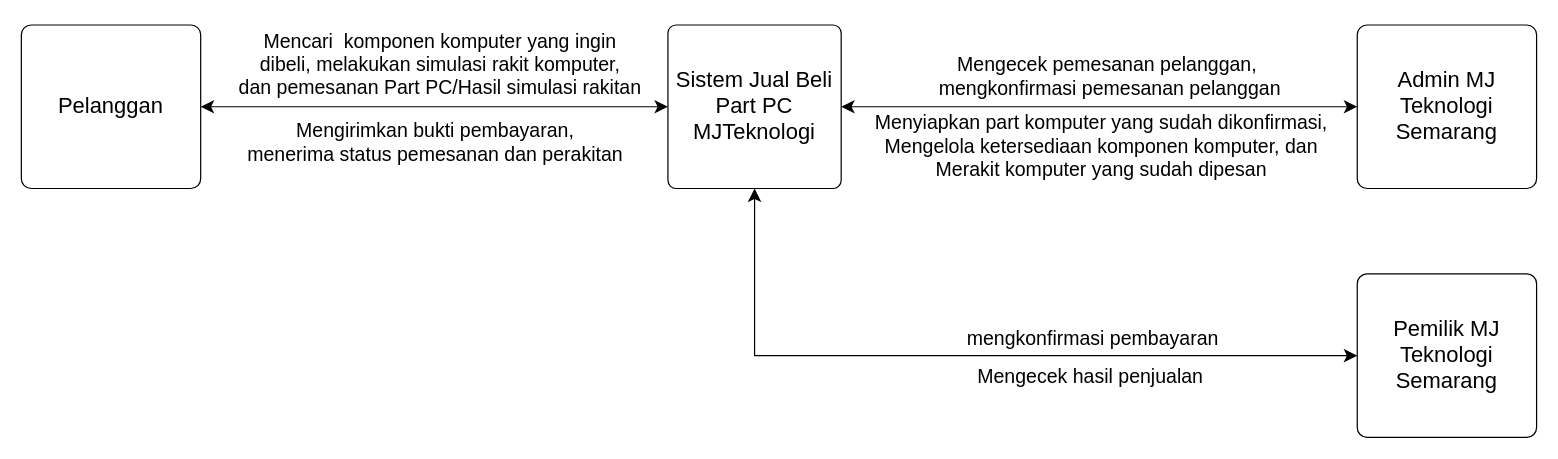
Before: mj teknologi.drawio in gelaws-hub/mjtek-site, a draw.io diagram. Source tidied: cells renumbered, new cells numbered last; positions are measured from the earlier drawing's top-left corner, leaving out a move shared by most shapes. Both pictures are drawn from the tidied source at 122%, with x=0, y=0 at pixel (21, 21).
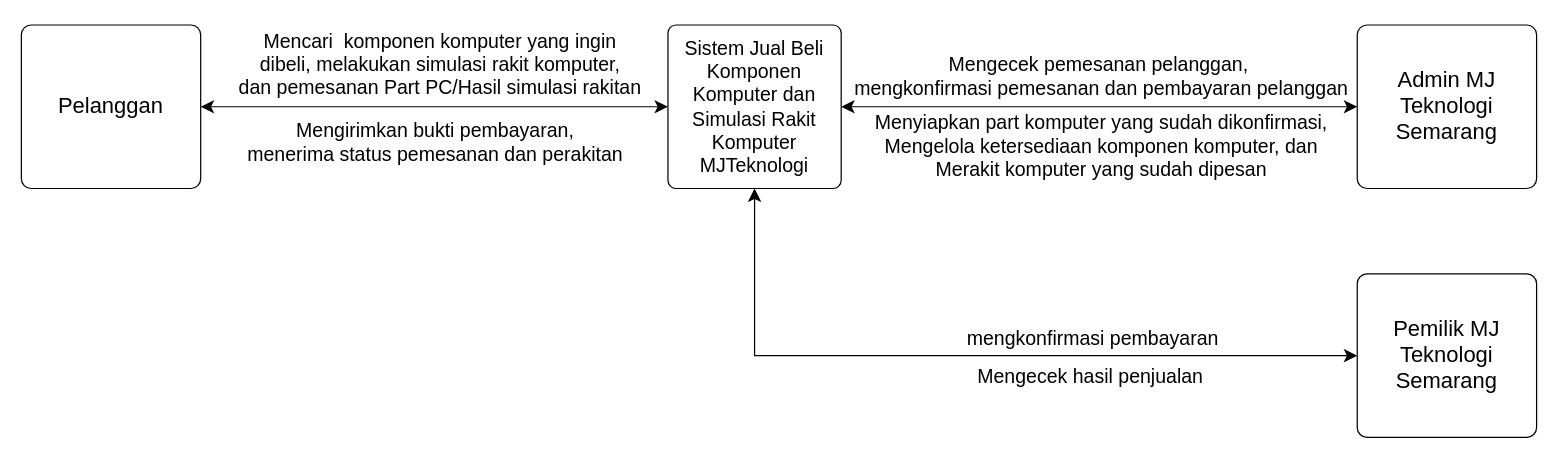
Above is the later version.

Change to the diagram source:
```diff
@@
 <mxGraphModel>
   <root>
     <mxCell id="0" />
     <mxCell id="1" parent="0" />
     <mxCell id="2" style="edgeStyle=none;curved=1;rounded=0;jettySize=auto;html=1;exitX=1;exitY=0.5;exitDx=0;exitDy=0;entryX=0;entryY=0.5;entryDx=0;entryDy=0;fontSize=12;startSize=8;endSize=8;startArrow=classic;startFill=1;" parent="1" edge="1" source="3" target="6">
       <mxGeometry relative="1" as="geometry" />
     </mxCell>
     <mxCell id="3" value="&lt;font style=&quot;font-size: 18px;&quot;&gt;Pelanggan&lt;/font&gt;" style="rounded=1;whiteSpace=wrap;html=1;arcSize=6;" parent="1" vertex="1">
       <mxGeometry y="3" width="147" height="134" as="geometry" />
     </mxCell>
     <mxCell id="4" style="edgeStyle=none;curved=1;rounded=0;jettySize=auto;html=1;exitX=1;exitY=0.5;exitDx=0;exitDy=0;entryX=0;entryY=0.5;entryDx=0;entryDy=0;fontSize=12;startSize=8;endSize=8;startArrow=classic;startFill=1;" parent="1" edge="1" source="6" target="9">
       <mxGeometry relative="1" as="geometry" />
     </mxCell>
     <mxCell id="5" style="edgeStyle=orthogonalEdgeStyle;rounded=0;jettySize=auto;html=1;exitX=0.5;exitY=1;exitDx=0;exitDy=0;entryX=0;entryY=0.5;entryDx=0;entryDy=0;fontSize=12;startSize=8;endSize=8;startArrow=classic;startFill=1;" parent="1" edge="1" source="6" target="12">
       <mxGeometry relative="1" as="geometry" />
     </mxCell>
-    <mxCell id="6" value="&lt;font style=&quot;font-size: 18px;&quot;&gt;Sistem Jual Beli Part PC MJTeknologi&lt;/font&gt;" style="rounded=1;whiteSpace=wrap;html=1;arcSize=5;" parent="1" vertex="1">
+    <mxCell id="6" value="&lt;font style=&quot;font-size: 16px;&quot;&gt;Sistem Jual Beli Komponen Komputer dan Simulasi Rakit Komputer MJTeknologi&lt;/font&gt;" style="rounded=1;whiteSpace=wrap;html=1;arcSize=5;" parent="1" vertex="1">
       <mxGeometry x="530" y="3" width="142" height="134" as="geometry" />
     </mxCell>
     <mxCell id="7" value="Mengirimkan bukti pembayaran,&lt;br&gt;menerima status pemesanan dan perakitan" style="text;html=1;align=center;verticalAlign=middle;strokeColor=none;fillColor=none;fontSize=16;" parent="1" vertex="1">
       <mxGeometry x="176" y="74" width="326" height="50" as="geometry" />
     </mxCell>
     <mxCell id="8" value="&lt;font style=&quot;font-size: 16px;&quot;&gt;Mencari&amp;nbsp; komponen komputer yang ingin &lt;br&gt;dibeli, melakukan simulasi rakit komputer,&lt;br&gt;dan pemesanan Part PC/Hasil simulasi rakitan&lt;br&gt;&lt;/font&gt;" style="text;html=1;align=center;verticalAlign=middle;strokeColor=none;fillColor=none;fontSize=16;" parent="1" vertex="1">
       <mxGeometry x="169" width="348" height="70" as="geometry" />
     </mxCell>
     <mxCell id="9" value="&lt;font style=&quot;font-size: 18px;&quot;&gt;Admin MJ Teknologi Semarang&lt;/font&gt;" style="rounded=1;whiteSpace=wrap;html=1;arcSize=6;" parent="1" vertex="1">
       <mxGeometry x="1095" y="3" width="147" height="134" as="geometry" />
     </mxCell>
-    <mxCell id="10" value="Mengecek pemesanan pelanggan,&amp;nbsp;&lt;br&gt;mengkonfirmasi pemesanan pelanggan" style="text;html=1;align=center;verticalAlign=middle;strokeColor=none;fillColor=none;fontSize=16;" parent="1" vertex="1">
-      <mxGeometry x="743" y="20" width="298" height="50" as="geometry" />
+    <mxCell id="10" value="Mengecek pemesanan pelanggan,&amp;nbsp;&lt;br&gt;mengkonfirmasi pemesanan dan pembayaran pelanggan" style="text;html=1;align=center;verticalAlign=middle;strokeColor=none;fillColor=none;fontSize=16;" parent="1" vertex="1">
+      <mxGeometry x="673" y="20" width="423" height="50" as="geometry" />
     </mxCell>
     <mxCell id="11" value="Menyiapkan part komputer yang sudah dikonfirmasi,&lt;br&gt;Mengelola ketersediaan komponen komputer, dan&lt;br&gt;Merakit komputer yang sudah dipesan" style="text;html=1;align=center;verticalAlign=middle;strokeColor=none;fillColor=none;fontSize=16;" parent="1" vertex="1">
       <mxGeometry x="690" y="67" width="389" height="70" as="geometry" />
     </mxCell>
     <mxCell id="12" value="&lt;font style=&quot;font-size: 18px;&quot;&gt;Pemilik MJ Teknologi Semarang&lt;/font&gt;" style="rounded=1;whiteSpace=wrap;html=1;arcSize=6;" parent="1" vertex="1">
       <mxGeometry x="1095" y="207" width="147" height="134" as="geometry" />
     </mxCell>
     <mxCell id="13" value="Mengecek hasil penjualan" style="text;html=1;align=center;verticalAlign=middle;strokeColor=none;fillColor=none;fontSize=16;" parent="1" vertex="1">
       <mxGeometry x="774" y="275" width="203" height="31" as="geometry" />
     </mxCell>
     <mxCell id="14" value="mengkonfirmasi pembayaran" style="text;html=1;align=center;verticalAlign=middle;strokeColor=none;fillColor=none;fontSize=16;" parent="1" vertex="1">
       <mxGeometry x="766" y="244" width="224" height="31" as="geometry" />
     </mxCell>
   </root>
 </mxGraphModel>
```
